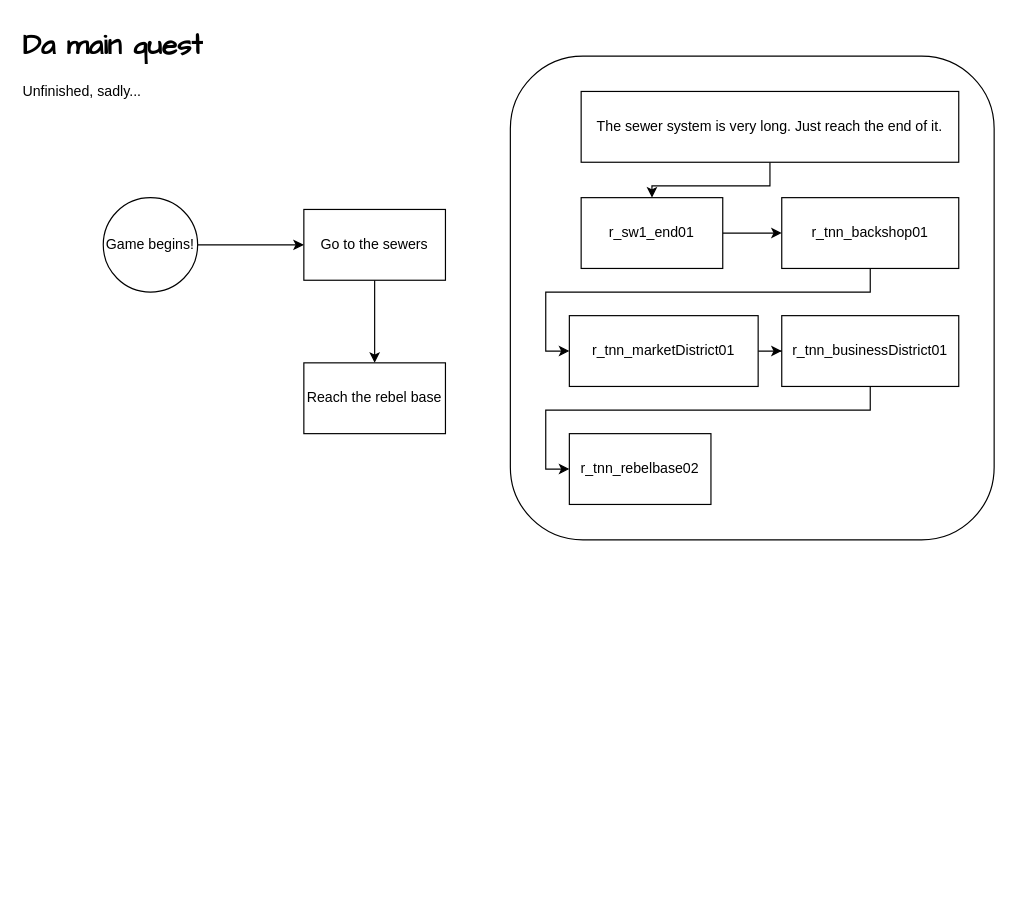
Above: misc/diagrams/main_quest.drawio in sanlor/Barkley2_Godot (draw.io), before the change. Source tidied: cells renumbered, new cells numbered last; positions are measured from the earlier drawing's top-left corner, leaving out a move shared by most shapes. Both pictures are drawn from the tidied source at 118%, with x=0, y=0 at pixel (20, 20).
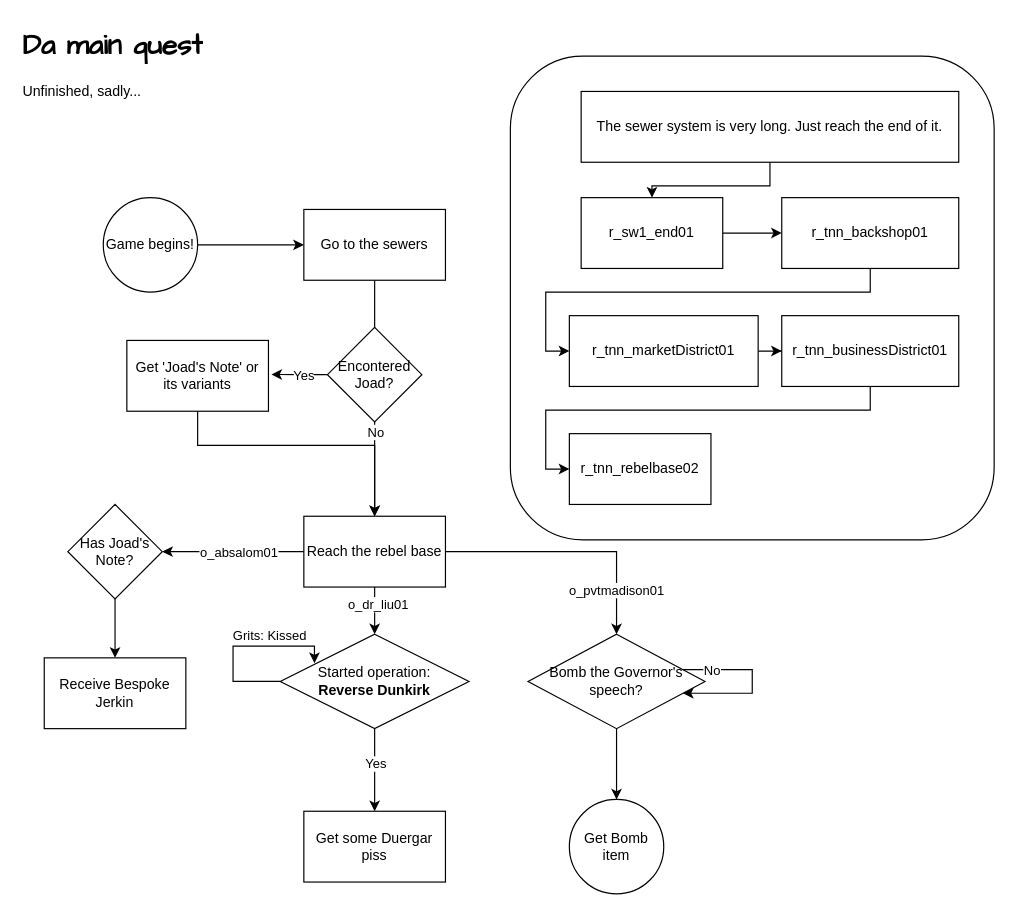
The same page after the edit.

Unchanged cells that the change refers to:
```xml
<mxCell id="14" style="edgeStyle=orthogonalEdgeStyle;rounded=0;jettySize=auto;html=1;entryX=0.5;entryY=0;entryDx=0;entryDy=0;" parent="1" edge="1" source="15" target="19">
  <mxGeometry relative="1" as="geometry" />
</mxCell>
```

Change to the diagram source:
```diff
@@
+    <mxCell id="20" value="No" style="edgeLabel;html=1;align=center;verticalAlign=middle;" parent="14" vertex="1">
+      <mxGeometry x="0.28" relative="1" as="geometry" />
+    </mxCell>
@@
+    <mxCell id="21" style="edgeStyle=orthogonalEdgeStyle;rounded=0;jettySize=auto;html=1;entryX=0.5;entryY=0;entryDx=0;entryDy=0;" parent="1" edge="1" source="19" target="36">
+      <mxGeometry relative="1" as="geometry" />
+    </mxCell>
+    <mxCell id="22" value="o_dr_liu01" style="edgeLabel;html=1;align=center;verticalAlign=middle;" parent="21" vertex="1">
+      <mxGeometry x="-0.29" y="2" relative="1" as="geometry" />
+    </mxCell>
+    <mxCell id="23" style="edgeStyle=orthogonalEdgeStyle;rounded=0;jettySize=auto;html=1;entryX=1;entryY=0.5;entryDx=0;entryDy=0;" parent="1" edge="1" source="19" target="38">
+      <mxGeometry relative="1" as="geometry" />
+    </mxCell>
+    <mxCell id="24" value="o_absalom01" style="edgeLabel;html=1;align=center;verticalAlign=middle;" parent="23" vertex="1">
+      <mxGeometry x="-0.07" relative="1" as="geometry" />
+    </mxCell>
+    <mxCell id="25" style="edgeStyle=orthogonalEdgeStyle;rounded=0;jettySize=auto;html=1;entryX=0.5;entryY=0;entryDx=0;entryDy=0;" parent="1" edge="1" source="19" target="42">
+      <mxGeometry relative="1" as="geometry" />
+    </mxCell>
+    <mxCell id="26" value="o_pvtmadison01" style="edgeLabel;html=1;align=center;verticalAlign=middle;" parent="25" vertex="1">
+      <mxGeometry x="0.65" y="-1" relative="1" as="geometry" />
+    </mxCell>
     <mxCell id="19" value="Reach the rebel base" style="rounded=0;whiteSpace=wrap;html=1;" parent="1" vertex="1">
-      <mxGeometry x="240" y="290" width="120" height="60" as="geometry" />
+      <mxGeometry x="240" y="420" width="120" height="60" as="geometry" />
     </mxCell>
+    <mxCell id="27" value="Encontered Joad?" style="rhombus;whiteSpace=wrap;html=1;" parent="1" vertex="1">
+      <mxGeometry x="260" y="260" width="80" height="80" as="geometry" />
+    </mxCell>
+    <mxCell id="28" style="edgeStyle=orthogonalEdgeStyle;rounded=0;jettySize=auto;html=1;entryX=0.5;entryY=0;entryDx=0;entryDy=0;exitX=0.5;exitY=1;exitDx=0;exitDy=0;" parent="1" edge="1" source="29" target="19">
+      <mxGeometry relative="1" as="geometry">
+        <Array as="points">
+          <mxPoint x="150" y="360" />
+          <mxPoint x="300" y="360" />
+        </Array>
+      </mxGeometry>
+    </mxCell>
+    <mxCell id="29" value="Get 'Joad's Note' or its variants" style="rounded=0;whiteSpace=wrap;html=1;" parent="1" vertex="1">
+      <mxGeometry x="90" y="271" width="120" height="60" as="geometry" />
+    </mxCell>
+    <mxCell id="30" style="edgeStyle=orthogonalEdgeStyle;rounded=0;jettySize=auto;html=1;entryX=1.021;entryY=0.48;entryDx=0;entryDy=0;entryPerimeter=0;" parent="1" edge="1" source="27" target="29">
+      <mxGeometry relative="1" as="geometry" />
+    </mxCell>
+    <mxCell id="31" value="Yes" style="edgeLabel;html=1;align=center;verticalAlign=middle;" parent="30" vertex="1">
+      <mxGeometry x="-0.1" relative="1" as="geometry" />
+    </mxCell>
+    <mxCell id="32" style="edgeStyle=orthogonalEdgeStyle;rounded=0;jettySize=auto;html=1;" parent="1" edge="1" source="36">
+      <mxGeometry relative="1" as="geometry">
+        <mxPoint x="300" y="670" as="targetPoint" />
+      </mxGeometry>
+    </mxCell>
+    <mxCell id="33" value="Yes" style="edgeLabel;html=1;align=center;verticalAlign=middle;" parent="32" vertex="1">
+      <mxGeometry x="-0.19" relative="1" as="geometry" />
+    </mxCell>
+    <mxCell id="34" style="edgeStyle=orthogonalEdgeStyle;rounded=0;orthogonalLoop=1;jettySize=auto;html=1;entryX=0.181;entryY=0.306;entryDx=0;entryDy=0;entryPerimeter=0;" parent="1" edge="1" source="36" target="36">
+      <mxGeometry relative="1" as="geometry">
+        <Array as="points">
+          <mxPoint x="180" y="560" />
+          <mxPoint x="180" y="530" />
+          <mxPoint x="249" y="530" />
+        </Array>
+      </mxGeometry>
+    </mxCell>
+    <mxCell id="35" value="Grits: Kissed" style="edgeLabel;html=1;align=center;verticalAlign=middle;" parent="34" vertex="1">
+      <mxGeometry x="-0.43" y="1" relative="1" as="geometry">
+        <mxPoint x="31" y="-36" as="offset" />
+      </mxGeometry>
+    </mxCell>
+    <mxCell id="36" value="Started operation:&lt;div&gt;&lt;b&gt;Reverse Dunkirk&lt;/b&gt;&lt;/div&gt;" style="rhombus;whiteSpace=wrap;html=1;" parent="1" vertex="1">
+      <mxGeometry x="220" y="520" width="160" height="80" as="geometry" />
+    </mxCell>
+    <mxCell id="37" style="edgeStyle=orthogonalEdgeStyle;rounded=0;jettySize=auto;html=1;entryX=0.5;entryY=0;entryDx=0;entryDy=0;" parent="1" edge="1" source="38" target="39">
+      <mxGeometry relative="1" as="geometry" />
+    </mxCell>
+    <mxCell id="38" value="Has Joad's Note?" style="rhombus;whiteSpace=wrap;html=1;" parent="1" vertex="1">
+      <mxGeometry x="40" y="410" width="80" height="80" as="geometry" />
+    </mxCell>
+    <mxCell id="39" value="Receive Bespoke Jerkin" style="rounded=0;whiteSpace=wrap;html=1;" parent="1" vertex="1">
+      <mxGeometry x="20" y="540" width="120" height="60" as="geometry" />
+    </mxCell>
+    <mxCell id="40" value="Get some Duergar piss" style="rounded=0;whiteSpace=wrap;html=1;" parent="1" vertex="1">
+      <mxGeometry x="240" y="670" width="120" height="60" as="geometry" />
+    </mxCell>
+    <mxCell id="41" style="edgeStyle=orthogonalEdgeStyle;rounded=0;jettySize=auto;html=1;entryX=0.5;entryY=0;entryDx=0;entryDy=0;" parent="1" edge="1" source="42" target="45">
+      <mxGeometry relative="1" as="geometry" />
+    </mxCell>
+    <mxCell id="42" value="Bomb the Governor's speech?" style="rhombus;whiteSpace=wrap;html=1;" parent="1" vertex="1">
+      <mxGeometry x="430" y="520" width="150" height="80" as="geometry" />
+    </mxCell>
+    <mxCell id="43" style="edgeStyle=orthogonalEdgeStyle;rounded=0;orthogonalLoop=1;jettySize=auto;html=1;" parent="1" edge="1" source="42" target="42">
+      <mxGeometry relative="1" as="geometry">
+        <Array as="points">
+          <mxPoint x="620" y="560" />
+        </Array>
+      </mxGeometry>
+    </mxCell>
+    <mxCell id="44" value="No" style="edgeLabel;html=1;align=center;verticalAlign=middle;" parent="43" vertex="1">
+      <mxGeometry x="-0.65" relative="1" as="geometry" />
+    </mxCell>
+    <mxCell id="45" value="Get Bomb item" style="ellipse;whiteSpace=wrap;html=1;" parent="1" vertex="1">
+      <mxGeometry x="465" y="660" width="80" height="80" as="geometry" />
+    </mxCell>
```
